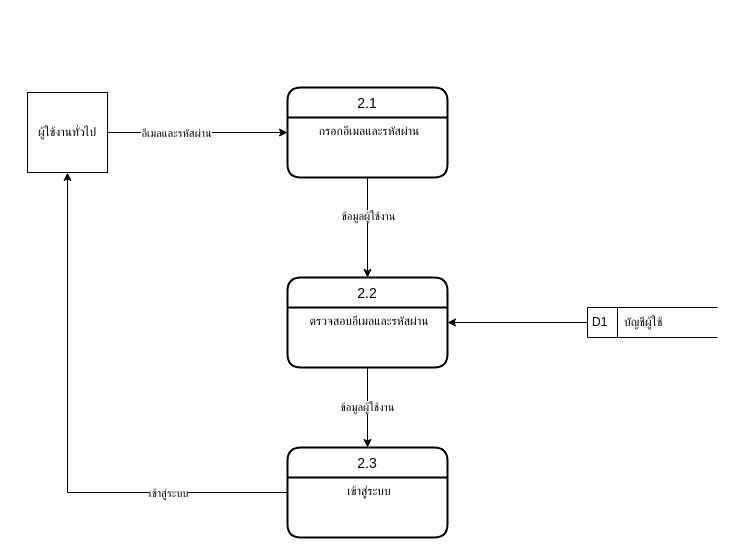
Hostdogs/Project_Hostdog keeps this draw.io diagram as page "process2" (4 of 12) of ProjectProcesses/HostDog_5DFD/dfd.drawio. Above is the earlier version. Source tidied: cells renumbered, new cells numbered last; positions are measured from the earlier drawing's top-left corner, leaving out a move shared by most shapes. Both pictures are drawn from the tidied source at 100%, with x=0, y=0 at pixel (27, 87).
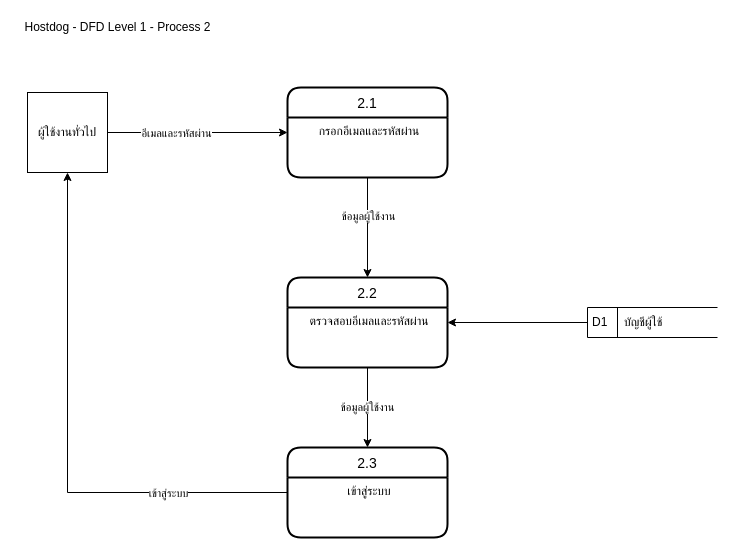
Above is the later version.

The edit, as a diff of the source:
```diff
@@
 <mxGraphModel>
   <root>
     <mxCell id="0" />
     <mxCell id="1" parent="0" />
     <mxCell id="2" value="2.1" style="swimlane;horizontal=1;startSize=30;rounded=1;fontSize=14;fontStyle=0;strokeWidth=2;shadow=0;dashed=0;align=center;" parent="1" vertex="1">
       <mxGeometry x="260" width="160" height="90" as="geometry" />
     </mxCell>
     <mxCell id="3" value="กรอกอีเมลและรหัสผ่าน" style="align=center;strokeColor=none;fillColor=none;spacingLeft=4;fontSize=12;verticalAlign=top;" parent="2" vertex="1">
       <mxGeometry y="30" width="160" height="60" as="geometry" />
     </mxCell>
     <mxCell id="4" value="2.2" style="swimlane;horizontal=1;startSize=30;rounded=1;fontSize=14;fontStyle=0;strokeWidth=2;shadow=0;dashed=0;align=center;" parent="1" vertex="1">
       <mxGeometry x="260" y="190" width="160" height="90" as="geometry" />
     </mxCell>
     <mxCell id="5" value="ตรวจสอบอีเมลและรหัสผ่าน" style="align=center;strokeColor=none;fillColor=none;spacingLeft=4;fontSize=12;verticalAlign=top;" parent="4" vertex="1">
       <mxGeometry y="30" width="160" height="60" as="geometry" />
     </mxCell>
     <mxCell id="6" style="endArrow=classic;html=1;exitX=0.5;exitY=1;exitDx=0;exitDy=0;entryX=0.5;entryY=0;entryDx=0;entryDy=0;" parent="1" edge="1" source="3" target="4">
       <mxGeometry relative="1" as="geometry" />
     </mxCell>
     <mxCell id="7" value="ข้อมูลผู้ใช้งาน" style="edgeLabel;html=1;align=center;verticalAlign=middle;" parent="6" vertex="1">
       <mxGeometry x="-0.24" relative="1" as="geometry" />
     </mxCell>
     <mxCell id="8" style="edgeStyle=orthogonalEdgeStyle;rounded=0;jettySize=auto;html=1;entryX=0;entryY=0.25;entryDx=0;entryDy=0;" parent="1" edge="1" source="10" target="3">
       <mxGeometry relative="1" as="geometry" />
     </mxCell>
     <mxCell id="9" value="อีเมลและรหัสผ่าน" style="edgeLabel;html=1;align=center;verticalAlign=middle;" parent="8" vertex="1">
       <mxGeometry x="-0.25" relative="1" as="geometry" />
     </mxCell>
     <mxCell id="10" value="ผู้ใช้งานทั่วไป" style="whiteSpace=wrap;html=1;align=center;" parent="1" vertex="1">
       <mxGeometry y="5" width="80" height="80" as="geometry" />
     </mxCell>
     <mxCell id="11" style="edgeStyle=orthogonalEdgeStyle;rounded=0;jettySize=auto;html=1;entryX=1;entryY=0.25;entryDx=0;entryDy=0;exitX=0;exitY=0.5;exitDx=0;exitDy=0;" parent="1" edge="1" source="14" target="5">
       <mxGeometry relative="1" as="geometry" />
     </mxCell>
     <mxCell id="12" style="edgeStyle=orthogonalEdgeStyle;rounded=0;jettySize=auto;html=1;entryX=0.5;entryY=1;entryDx=0;entryDy=0;exitX=0;exitY=0.5;exitDx=0;exitDy=0;" parent="1" edge="1" source="15" target="10">
       <mxGeometry relative="1" as="geometry" />
     </mxCell>
     <mxCell id="13" value="เข้าสู่ระบบ" style="edgeLabel;html=1;align=center;verticalAlign=middle;" parent="12" vertex="1">
       <mxGeometry x="-0.27" y="1" relative="1" as="geometry">
         <mxPoint x="77" y="-1" as="offset" />
       </mxGeometry>
     </mxCell>
     <mxCell id="14" value="D1&amp;nbsp; &amp;nbsp; &amp;nbsp;บัญชีผู้ใช้" style="html=1;dashed=0;whitespace=wrap;shape=mxgraph.dfd.dataStoreID;align=left;spacingLeft=3;points=[[0,0],[0.5,0],[1,0],[0,0.5],[1,0.5],[0,1],[0.5,1],[1,1]];" parent="1" vertex="1">
       <mxGeometry x="560" y="220" width="130" height="30" as="geometry" />
     </mxCell>
     <mxCell id="15" value="2.3" style="swimlane;horizontal=1;startSize=30;rounded=1;fontSize=14;fontStyle=0;strokeWidth=2;shadow=0;dashed=0;align=center;" parent="1" vertex="1">
       <mxGeometry x="260" y="360" width="160" height="90" as="geometry" />
     </mxCell>
     <mxCell id="16" value="เข้าสู่ระบบ" style="align=center;strokeColor=none;fillColor=none;spacingLeft=4;fontSize=12;verticalAlign=top;" parent="15" vertex="1">
       <mxGeometry y="30" width="160" height="60" as="geometry" />
     </mxCell>
     <mxCell id="17" value="ข้อมูลผู้ใช้งาน" style="endArrow=classic;html=1;exitX=0.5;exitY=1;exitDx=0;exitDy=0;entryX=0.5;entryY=0;entryDx=0;entryDy=0;" parent="1" edge="1" source="5" target="15">
       <mxGeometry relative="1" as="geometry" />
     </mxCell>
+    <mxCell id="18" value="Hostdog - DFD Level 1 - Process 2" style="text;html=1;align=center;verticalAlign=middle;" parent="1" vertex="1">
+      <mxGeometry x="-10" y="-70" width="200" height="20" as="geometry" />
+    </mxCell>
   </root>
 </mxGraphModel>
```
